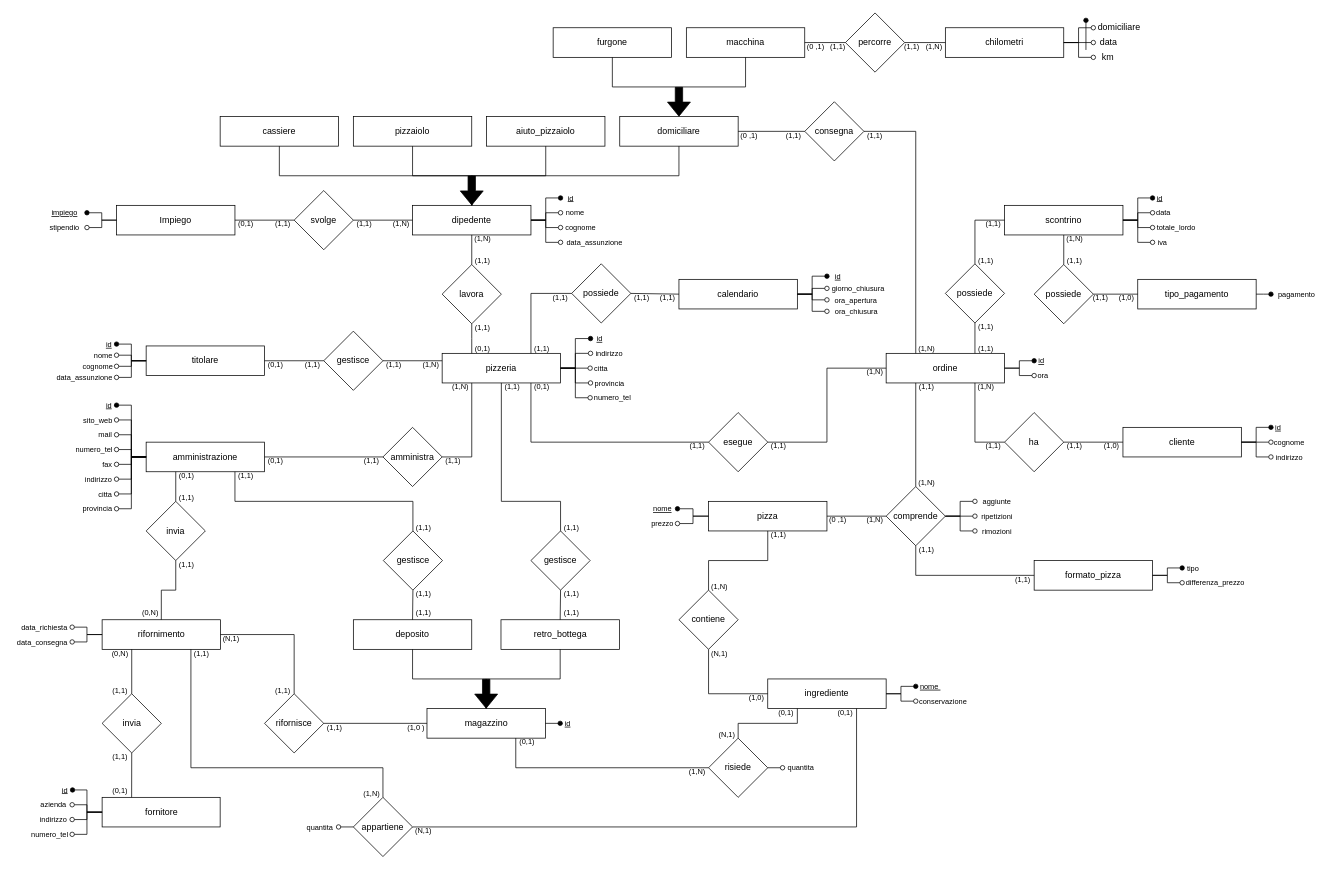
Before: Draw/PaduPizzaER.drawio in NicholasPilotto/PaduPizza, a draw.io diagram. Source tidied: cells renumbered, new cells numbered last; positions are measured from the earlier drawing's top-left corner, leaving out a move shared by most shapes. Both pictures are drawn from the tidied source at 74%, with x=0, y=0 at pixel (13, 13).
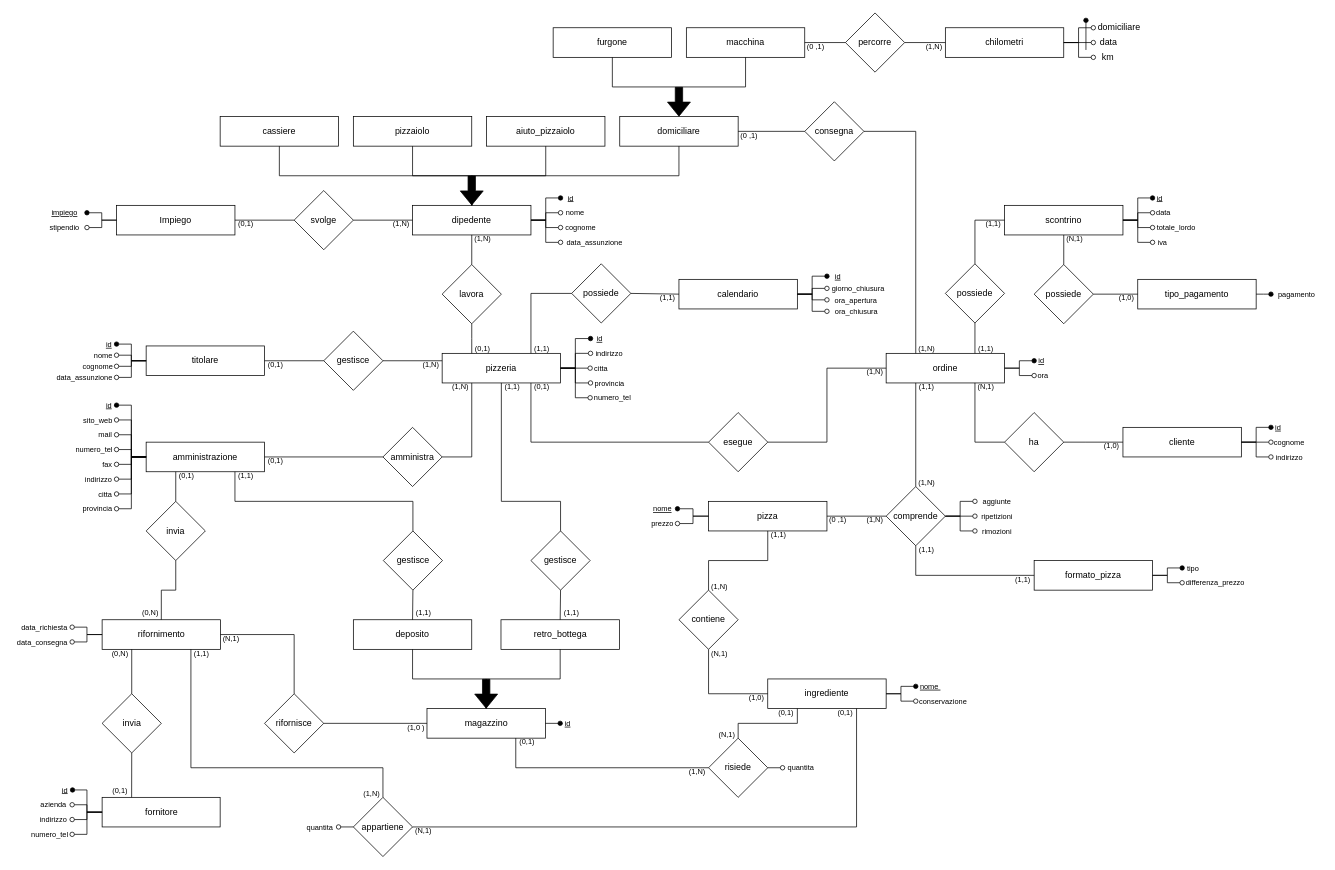
The same page after the edit.

Change to the diagram source:
```diff
@@
-    <mxCell id="211" value="(1,1)" style="text;html=1;strokeColor=none;fillColor=none;align=center;verticalAlign=middle;whiteSpace=wrap;rounded=0;fontSize=10;" parent="1" vertex="1">
-      <mxGeometry x="620" y="330" width="30" height="10" as="geometry" />
-    </mxCell>
@@
-    <mxCell id="213" value="(1,1)" style="text;html=1;strokeColor=none;fillColor=none;align=center;verticalAlign=middle;whiteSpace=wrap;rounded=0;fontSize=10;" parent="1" vertex="1">
-      <mxGeometry x="350" y="280" width="30" height="10" as="geometry" />
-    </mxCell>
@@
-    <mxCell id="215" value="(1,1)" style="text;html=1;strokeColor=none;fillColor=none;align=center;verticalAlign=middle;whiteSpace=wrap;rounded=0;fontSize=10;" parent="1" vertex="1">
-      <mxGeometry x="460" y="280.2" width="30" height="10" as="geometry" />
-    </mxCell>
-    <mxCell id="216" value="(1,1)" style="text;html=1;strokeColor=none;fillColor=none;align=center;verticalAlign=middle;whiteSpace=wrap;rounded=0;fontSize=10;" parent="1" vertex="1">
-      <mxGeometry x="500" y="470.2" width="30" height="10" as="geometry" />
-    </mxCell>
@@
-    <mxCell id="218" value="(1,1)" style="text;html=1;strokeColor=none;fillColor=none;align=center;verticalAlign=middle;whiteSpace=wrap;rounded=0;fontSize=10;" parent="1" vertex="1">
-      <mxGeometry x="390" y="470" width="30" height="10" as="geometry" />
-    </mxCell>
@@
-    <mxCell id="220" value="(1,1)" style="text;html=1;strokeColor=none;fillColor=none;align=center;verticalAlign=middle;whiteSpace=wrap;rounded=0;fontSize=10;" parent="1" vertex="1">
-      <mxGeometry x="470" y="600" width="30" height="10" as="geometry" />
-    </mxCell>
-    <mxCell id="221" value="(1,1)" style="text;html=1;strokeColor=none;fillColor=none;align=center;verticalAlign=middle;whiteSpace=wrap;rounded=0;fontSize=10;" parent="1" vertex="1">
-      <mxGeometry x="580" y="600" width="30" height="10" as="geometry" />
-    </mxCell>
@@
-    <mxCell id="223" value="(1,1)" style="text;html=1;strokeColor=none;fillColor=none;align=center;verticalAlign=middle;whiteSpace=wrap;rounded=0;fontSize=10;" parent="1" vertex="1">
-      <mxGeometry x="725" y="380.2" width="30" height="10" as="geometry" />
-    </mxCell>
-    <mxCell id="224" value="(1,1)" style="text;html=1;strokeColor=none;fillColor=none;align=center;verticalAlign=middle;whiteSpace=wrap;rounded=0;fontSize=10;" parent="1" vertex="1">
-      <mxGeometry x="835" y="380.2" width="30" height="10" as="geometry" />
-    </mxCell>
@@
-    <mxCell id="227" value="(1,1)" style="text;html=1;strokeColor=none;fillColor=none;align=center;verticalAlign=middle;whiteSpace=wrap;rounded=0;fontSize=10;" parent="1" vertex="1">
-      <mxGeometry x="1200" y="40" width="30" height="10" as="geometry" />
-    </mxCell>
@@
-    <mxCell id="229" value="(1,1)" style="text;html=1;strokeColor=none;fillColor=none;align=center;verticalAlign=middle;whiteSpace=wrap;rounded=0;fontSize=10;" parent="1" vertex="1">
-      <mxGeometry x="1100" y="40.2" width="30" height="10" as="geometry" />
-    </mxCell>
@@
-    <mxCell id="231" value="(1,1)" style="text;html=1;strokeColor=none;fillColor=none;align=center;verticalAlign=middle;whiteSpace=wrap;rounded=0;fontSize=10;" parent="1" vertex="1">
-      <mxGeometry x="1040" y="160" width="30" height="10" as="geometry" />
-    </mxCell>
-    <mxCell id="232" value="(1,1)" style="text;html=1;strokeColor=none;fillColor=none;align=center;verticalAlign=middle;whiteSpace=wrap;rounded=0;fontSize=10;" parent="1" vertex="1">
-      <mxGeometry x="1150" y="160" width="30" height="10" as="geometry" />
-    </mxCell>
-    <mxCell id="233" value="(1,1)" style="text;html=1;strokeColor=none;fillColor=none;align=center;verticalAlign=middle;whiteSpace=wrap;rounded=0;fontSize=10;" parent="1" vertex="1">
-      <mxGeometry x="620" y="420" width="30" height="10" as="geometry" />
-    </mxCell>
@@
-    <mxCell id="238" value="(1,1)" style="text;html=1;strokeColor=none;fillColor=none;align=center;verticalAlign=middle;whiteSpace=wrap;rounded=0;fontSize=10;" parent="1" vertex="1">
-      <mxGeometry x="1300" y="419" width="30" height="10" as="geometry" />
-    </mxCell>
-    <mxCell id="239" value="(1,1)" style="text;html=1;strokeColor=none;fillColor=none;align=center;verticalAlign=middle;whiteSpace=wrap;rounded=0;fontSize=10;" parent="1" vertex="1">
-      <mxGeometry x="1300" y="329" width="30" height="10" as="geometry" />
-    </mxCell>
@@
-    <mxCell id="242" value="(1,1)" style="text;html=1;strokeColor=none;fillColor=none;align=center;verticalAlign=middle;whiteSpace=wrap;rounded=0;fontSize=10;" parent="1" vertex="1">
-      <mxGeometry x="1420" y="580" width="30" height="10" as="geometry" />
-    </mxCell>
-    <mxCell id="243" value="(1,1)" style="text;html=1;strokeColor=none;fillColor=none;align=center;verticalAlign=middle;whiteSpace=wrap;rounded=0;fontSize=10;" parent="1" vertex="1">
-      <mxGeometry x="1310" y="580" width="30" height="10" as="geometry" />
-    </mxCell>
@@
-    <mxCell id="245" value="(1,1)" style="text;html=1;strokeColor=none;fillColor=none;align=center;verticalAlign=middle;whiteSpace=wrap;rounded=0;fontSize=10;" parent="1" vertex="1">
-      <mxGeometry x="1020" y="580" width="30" height="10" as="geometry" />
-    </mxCell>
-    <mxCell id="246" value="(1,1)" style="text;html=1;strokeColor=none;fillColor=none;align=center;verticalAlign=middle;whiteSpace=wrap;rounded=0;fontSize=10;" parent="1" vertex="1">
-      <mxGeometry x="910" y="580" width="30" height="10" as="geometry" />
-    </mxCell>
@@
-    <mxCell id="249" value="(1,1)" style="text;html=1;strokeColor=none;fillColor=none;align=center;verticalAlign=middle;whiteSpace=wrap;rounded=0;fontSize=10;" parent="1" vertex="1">
-      <mxGeometry x="739.5" y="690" width="30" height="10" as="geometry" />
-    </mxCell>
-    <mxCell id="250" value="(1,1)" style="text;html=1;strokeColor=none;fillColor=none;align=center;verticalAlign=middle;whiteSpace=wrap;rounded=0;fontSize=10;" parent="1" vertex="1">
-      <mxGeometry x="740" y="780" width="30" height="10" as="geometry" />
-    </mxCell>
@@
-    <mxCell id="253" value="(1,1)" style="text;html=1;strokeColor=none;fillColor=none;align=center;verticalAlign=middle;whiteSpace=wrap;rounded=0;fontSize=10;" parent="1" vertex="1">
-      <mxGeometry x="540" y="780" width="30" height="10" as="geometry" />
-    </mxCell>
-    <mxCell id="254" value="(1,1)" style="text;html=1;strokeColor=none;fillColor=none;align=center;verticalAlign=middle;whiteSpace=wrap;rounded=0;fontSize=10;" parent="1" vertex="1">
-      <mxGeometry x="540" y="690" width="30" height="10" as="geometry" />
-    </mxCell>
@@
-    <mxCell id="275" value="(1,1)" style="text;html=1;strokeColor=none;fillColor=none;align=center;verticalAlign=middle;whiteSpace=wrap;rounded=0;fontSize=10;" parent="1" vertex="1">
-      <mxGeometry x="130" y="910" width="30" height="10" as="geometry" />
-    </mxCell>
-    <mxCell id="276" value="(1,1)" style="text;html=1;strokeColor=none;fillColor=none;align=center;verticalAlign=middle;whiteSpace=wrap;rounded=0;fontSize=10;" parent="1" vertex="1">
-      <mxGeometry x="130" y="1000" width="30" height="10" as="geometry" />
-    </mxCell>
@@
-    <mxCell id="279" value="(1,1)" style="text;html=1;strokeColor=none;fillColor=none;align=center;verticalAlign=middle;whiteSpace=wrap;rounded=0;fontSize=10;" parent="1" vertex="1">
-      <mxGeometry x="350" y="910" width="30" height="10" as="geometry" />
-    </mxCell>
-    <mxCell id="280" value="(1,1)" style="text;html=1;strokeColor=none;fillColor=none;align=center;verticalAlign=middle;whiteSpace=wrap;rounded=0;fontSize=10;" parent="1" vertex="1">
-      <mxGeometry x="420" y="960.1" width="30" height="10" as="geometry" />
-    </mxCell>
@@
-    <mxCell id="283" value="(1,1)" style="text;html=1;strokeColor=none;fillColor=none;align=center;verticalAlign=middle;whiteSpace=wrap;rounded=0;fontSize=10;" parent="1" vertex="1">
-      <mxGeometry x="220" y="650" width="30" height="10" as="geometry" />
-    </mxCell>
-    <mxCell id="284" value="(1,1)" style="text;html=1;strokeColor=none;fillColor=none;align=center;verticalAlign=middle;whiteSpace=wrap;rounded=0;fontSize=10;" parent="1" vertex="1">
-      <mxGeometry x="220" y="739.8" width="30" height="10" as="geometry" />
-    </mxCell>
@@
-    <mxCell id="292" value="(1,1)" style="text;html=1;strokeColor=none;fillColor=none;align=center;verticalAlign=middle;whiteSpace=wrap;rounded=0;fontSize=10;" parent="1" vertex="1">
-      <mxGeometry x="1455" y="380.2" width="30" height="10" as="geometry" />
-    </mxCell>
@@
-    <mxCell id="294" value="(1,1)" style="text;html=1;strokeColor=none;fillColor=none;align=center;verticalAlign=middle;whiteSpace=wrap;rounded=0;fontSize=10;" parent="1" vertex="1">
-      <mxGeometry x="1420" y="329" width="30" height="10" as="geometry" />
-    </mxCell>
-    <mxCell id="295" value="(1,N)" style="text;html=1;strokeColor=none;fillColor=none;align=center;verticalAlign=middle;whiteSpace=wrap;rounded=0;fontSize=10;" parent="1" vertex="1">
+    <mxCell id="295" value="(N,1)" style="text;html=1;strokeColor=none;fillColor=none;align=center;verticalAlign=middle;whiteSpace=wrap;rounded=0;fontSize=10;" parent="1" vertex="1">
       <mxGeometry x="1420" y="300" width="30" height="10" as="geometry" />
     </mxCell>
-    <mxCell id="296" value="(1,N)" style="text;html=1;strokeColor=none;fillColor=none;align=center;verticalAlign=middle;whiteSpace=wrap;rounded=0;fontSize=10;" parent="1" vertex="1">
+    <mxCell id="296" value="(N,1)" style="text;html=1;strokeColor=none;fillColor=none;align=center;verticalAlign=middle;whiteSpace=wrap;rounded=0;fontSize=10;" parent="1" vertex="1">
       <mxGeometry x="1300" y="500.2" width="30" height="10" as="geometry" />
     </mxCell>
```
